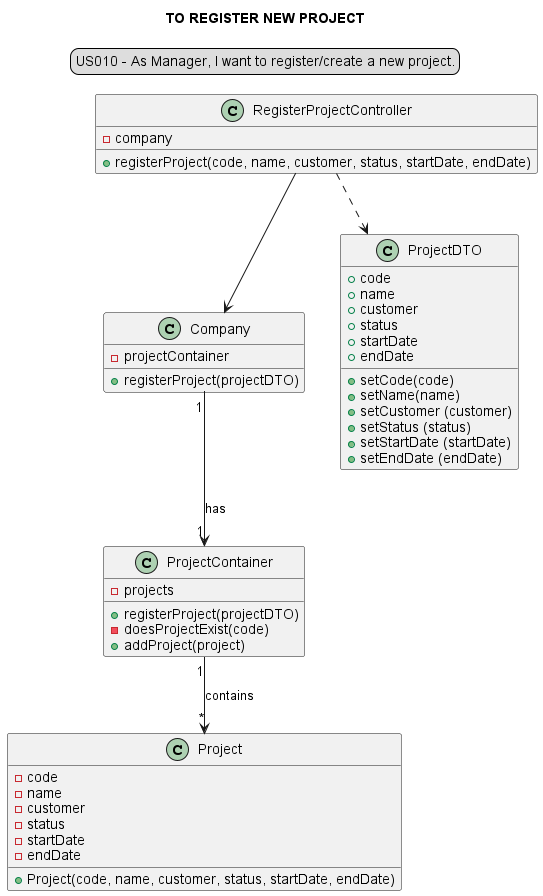
Above: docs/modelling_design/user_stories/sprint02/us010/US010_classDiagram-TO_REGISTER_NEW_PROJECT.png in Loracline/project_switch_22-23 (PlantUML), before the change.
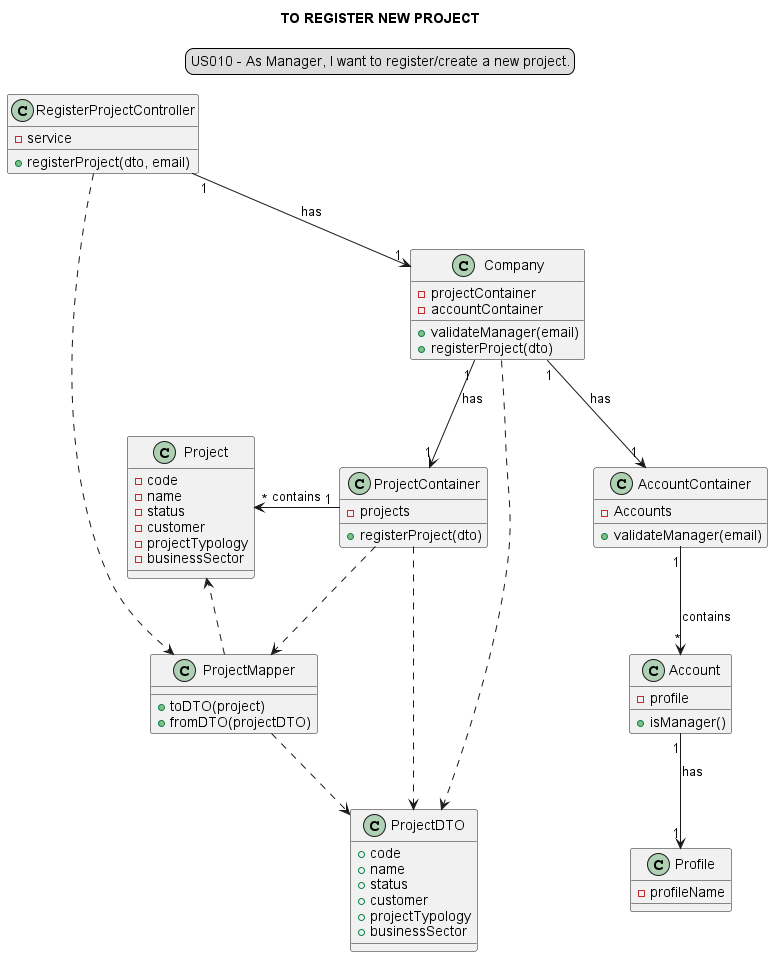
Above is the later version.

Commit message:
US 010 : Design : Refinement of sequence and class diagram

Diff of the diagram source:
```diff
@@ -7,50 +7,69 @@
 end legend
 
 class RegisterProjectController {
-- company
-+ registerProject(code, name, customer, status, startDate, endDate)
+- service
++ registerProject(dto, email)
 }
+
 
 class Company {
 - projectContainer
-+ registerProject(projectDTO)
+- accountContainer
++ validateManager(email)
++ registerProject(dto)
+}
+class AccountContainer {
++ validateManager(email)
+- Accounts
+}
+
+class Account {
++ isManager()
+- profile
+}
+
+class Profile {
+-profileName
 }
 
 class ProjectContainer {
 - projects
-+ registerProject(projectDTO)
-- doesProjectExist(code)
-+ addProject(project)
++ registerProject(dto)
+}
+
+class ProjectMapper{
++ toDTO(project)
++ fromDTO(projectDTO)
 }
 
 class ProjectDTO{
 + code
 + name
++ status
 + customer
-+ status
-+ startDate
-+ endDate
-+ setCode(code)
-+ setName(name)
-+ setCustomer (customer)
-+ setStatus (status)
-+ setStartDate (startDate)
-+ setEndDate (endDate)
++ projectTypology
++ businessSector
 }
 
 class Project{
 - code
 - name
+- status
 - customer
-- status
-- startDate
-- endDate
-+Project(code, name, customer, status, startDate, endDate)
+- projectTypology
+- businessSector
 }
 
-RegisterProjectController --> Company
+RegisterProjectController "1"-->"1" Company: has
 Company "1"-->"1" ProjectContainer: has
-RegisterProjectController ..> ProjectDTO
-ProjectContainer "1"-->"*" Project: contains
-
+Company "1"-->"1" AccountContainer: has
+AccountContainer "1"-->"*" Account: contains
+Account "1"-->"1" Profile: has
+ProjectMapper ..> ProjectDTO
+ProjectContainer ..> ProjectMapper
+RegisterProjectController ..> ProjectMapper
+Company ..> ProjectDTO
+ProjectContainer..> ProjectDTO
+ProjectMapper ..> Project
+ProjectContainer "1" -left-> "*" Project: contains
 @enduml
```
